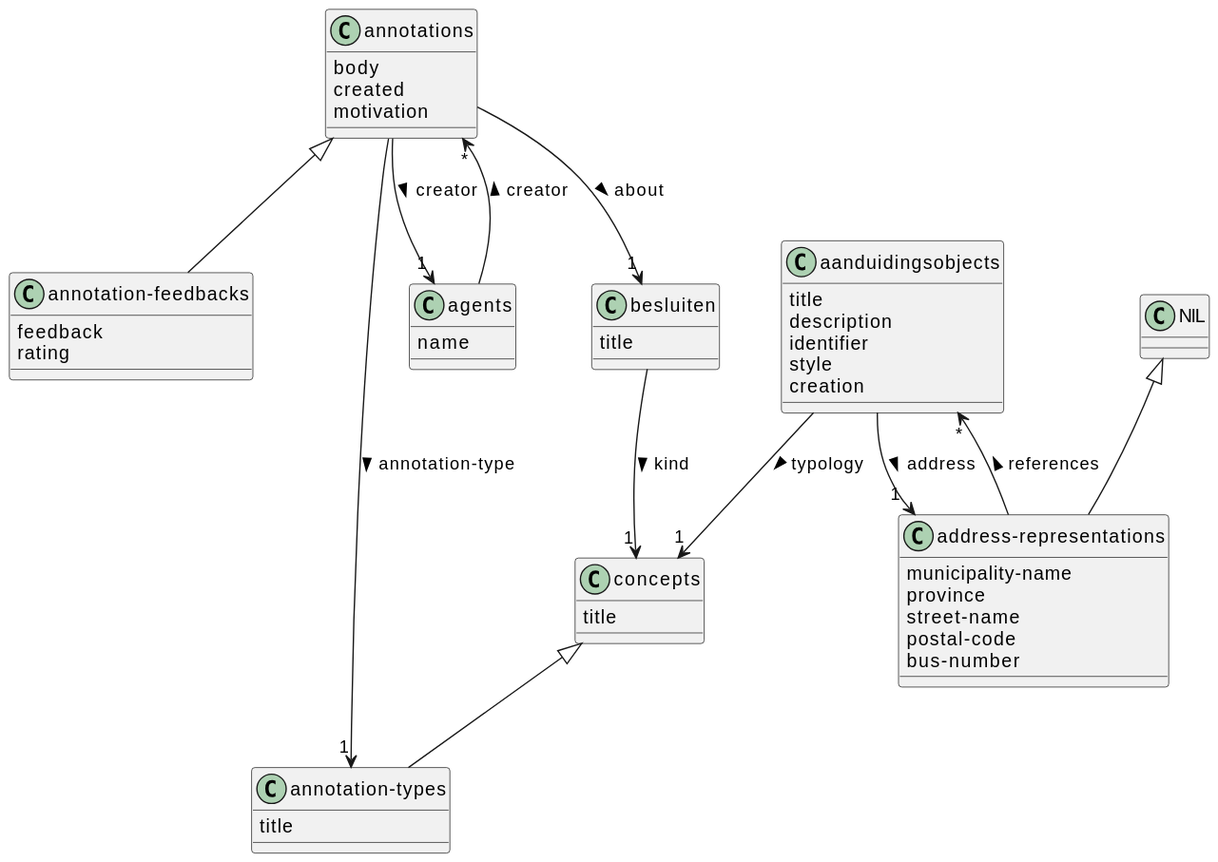
Before: doc/jsonapi-domain.svg, a diagram exported from PlantUML (lblod/app-ai-hackathon-group-4).
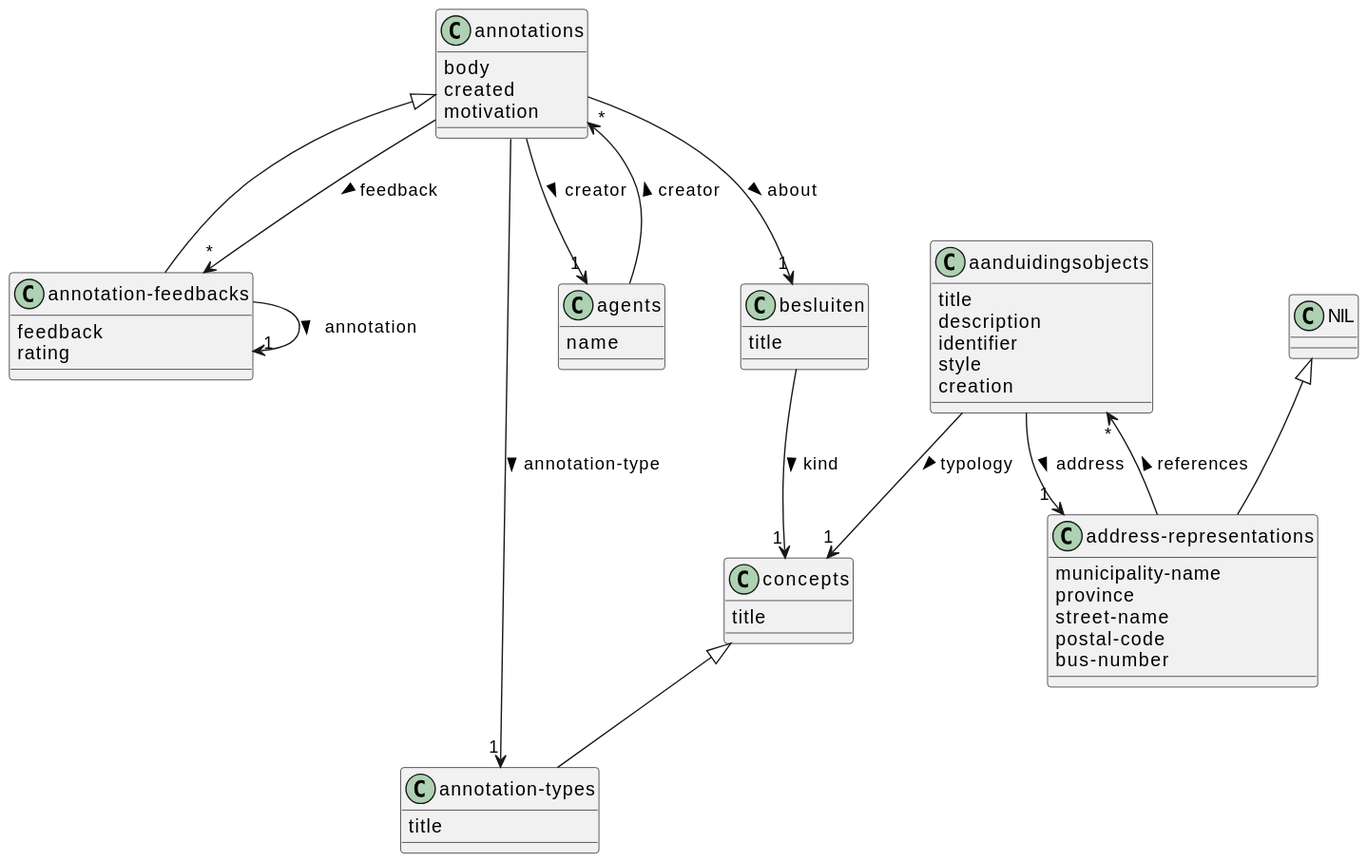
The same file after the commit.

The edit, as a diff of the source:
```diff
@@ -3,6 +3,7 @@
 class "annotation-feedbacks"
 "annotation-feedbacks" : feedback
 "annotation-feedbacks" : rating
+"annotation-feedbacks" --> "1" "annotation-feedbacks" : annotation >
 "annotations" <|-- "annotation-feedbacks"
 class "annotations"
 "annotations" : body
@@ -11,6 +12,7 @@
 "annotations" --> "1" "annotation-types" : annotation-type >
 "annotations" --> "1" "agents" : creator >
 "annotations" --> "1" "besluiten" : about >
+"annotations" --> "*" "annotation-feedbacks" : feedback >
 class "agents"
 "agents" : name
 "agents" --> "*" "annotations" : creator >
```
